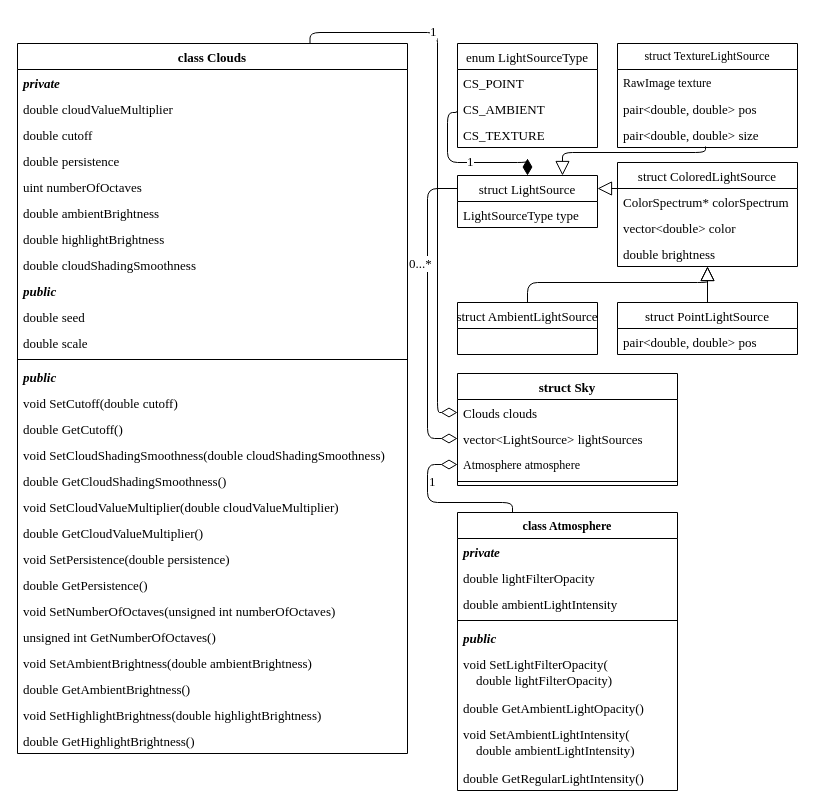
Above: page "Sky" (3 of 9) of Docs/Class diagrams.drawio in SpatiumOwl/ComplexSky-2.0 (draw.io), before the change. Source tidied: cells renumbered, new cells numbered last; positions are measured from the earlier drawing's top-left corner, leaving out a move shared by most shapes. Both pictures are drawn from the tidied source at 100%, with x=0, y=0 at pixel (17, 32).
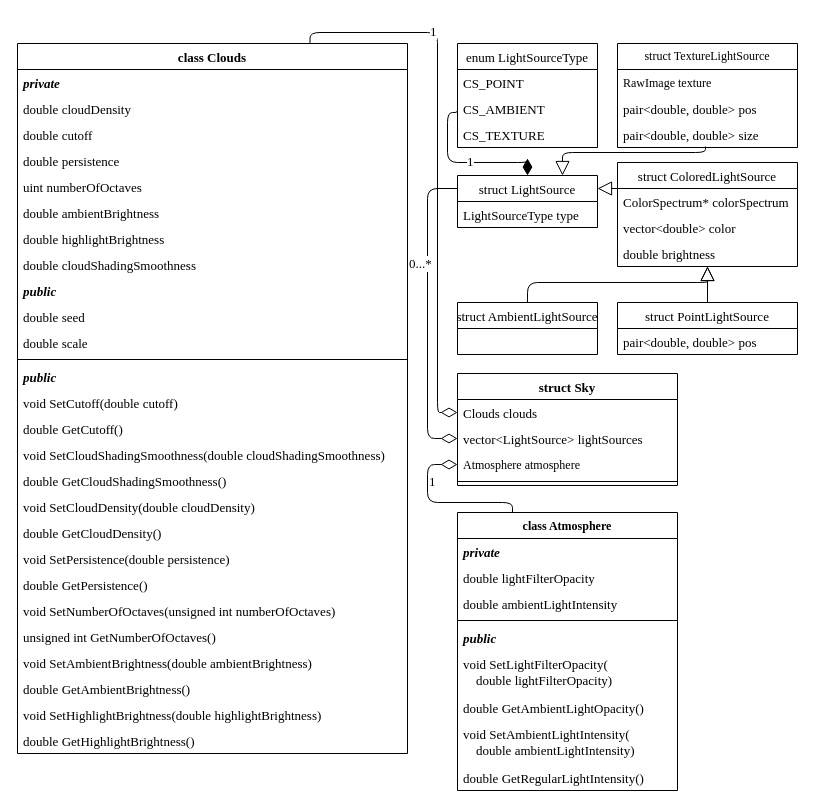
After the change.

The change refers to these unchanged cells:
```xml
<mxCell id="19" value="class Clouds" style="swimlane;fontStyle=1;align=center;verticalAlign=top;horizontal=1;startSize=26;fontFamily=Times New Roman;fontSize=13;" parent="1" vertex="1">
  <mxGeometry y="11" width="390" height="710" as="geometry" />
</mxCell>
```

Diff of the diagram source:
```diff
@@
-    <mxCell id="21" value="double cloudValueMultiplier" style="text;strokeColor=none;fillColor=none;align=left;verticalAlign=top;spacingLeft=4;spacingRight=4;overflow=hidden;fontFamily=Times New Roman;fontSize=13;" parent="19" vertex="1">
+    <mxCell id="21" value="double cloudDensity" style="text;strokeColor=none;fillColor=none;align=left;verticalAlign=top;spacingLeft=4;spacingRight=4;overflow=hidden;fontFamily=Times New Roman;fontSize=13;" parent="19" vertex="1">
       <mxGeometry y="52" width="390" height="26" as="geometry" />
     </mxCell>
@@
-    <mxCell id="37" value="void SetCloudValueMultiplier(double cloudValueMultiplier)" style="text;strokeColor=none;fillColor=none;align=left;verticalAlign=top;spacingLeft=4;spacingRight=4;overflow=hidden;fontFamily=Times New Roman;fontSize=13;" parent="19" vertex="1">
+    <mxCell id="37" value="void SetCloudDensity(double cloudDensity)" style="text;strokeColor=none;fillColor=none;align=left;verticalAlign=top;spacingLeft=4;spacingRight=4;overflow=hidden;fontFamily=Times New Roman;fontSize=13;" parent="19" vertex="1">
       <mxGeometry y="450" width="390" height="26" as="geometry" />
     </mxCell>
-    <mxCell id="38" value="double GetCloudValueMultiplier()" style="text;strokeColor=none;fillColor=none;align=left;verticalAlign=top;spacingLeft=4;spacingRight=4;overflow=hidden;fontFamily=Times New Roman;fontSize=13;" parent="19" vertex="1">
+    <mxCell id="38" value="double GetCloudDensity()" style="text;strokeColor=none;fillColor=none;align=left;verticalAlign=top;spacingLeft=4;spacingRight=4;overflow=hidden;fontFamily=Times New Roman;fontSize=13;" parent="19" vertex="1">
       <mxGeometry y="476" width="390" height="26" as="geometry" />
     </mxCell>
```
